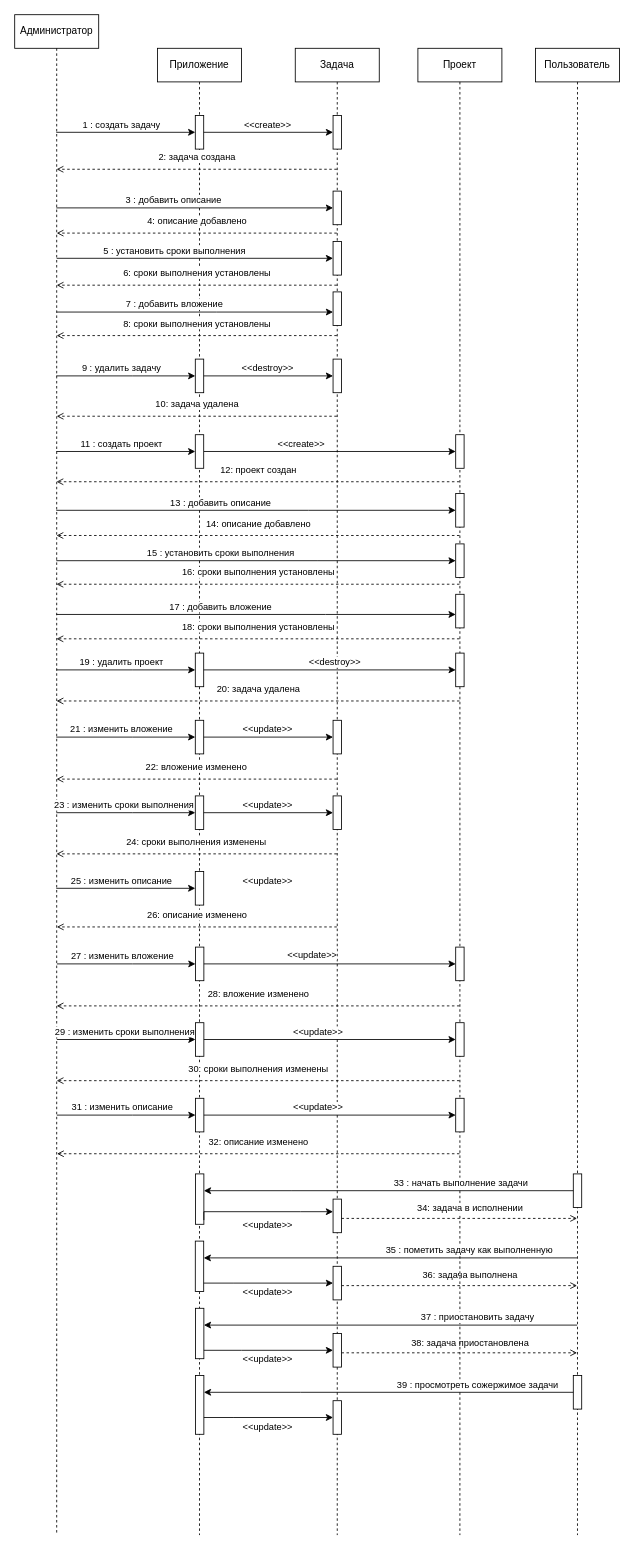
The draw.io diagram диаграммаПоследовательностиКурс.drawio in hard-gainer/UML, before the edit. Source tidied: cells renumbered, new cells numbered last; positions are measured from the earlier drawing's top-left corner, leaving out a move shared by most shapes. Both pictures are drawn from the tidied source at 84%, with x=0, y=0 at pixel (14, 14).
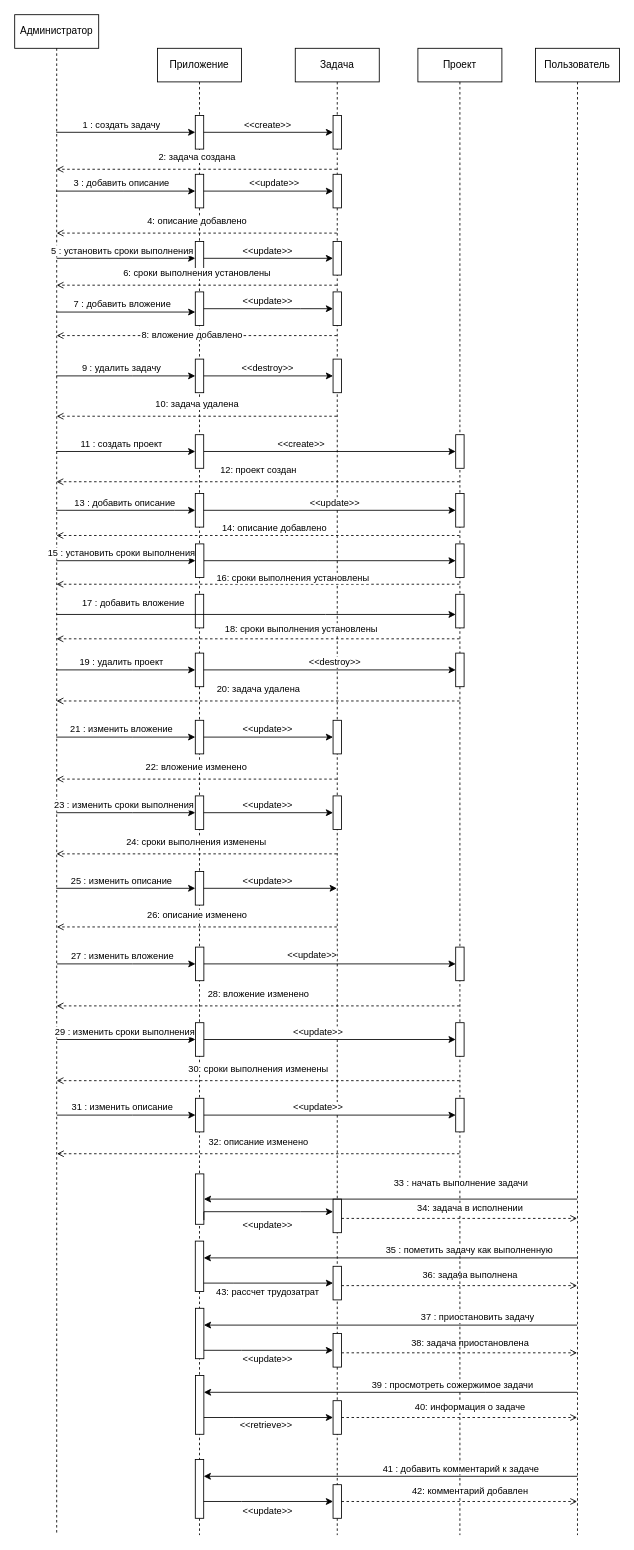
The same page after the edit.

The change refers to these unchanged cells:
```xml
<mxCell id="2" value="Администратор" style="shape=umlLifeline;perimeter=lifelinePerimeter;whiteSpace=wrap;html=1;outlineConnect=0;portConstraint=eastwest;newEdgeStyle={&quot;edgeStyle&quot;:&quot;elbowEdgeStyle&quot;,&quot;elbow&quot;:&quot;vertical&quot;,&quot;curved&quot;:0,&quot;rounded&quot;:0};" parent="1" vertex="1">
  <mxGeometry width="100" height="1810" as="geometry" />
</mxCell>
<mxCell id="3" value="Пользователь" style="shape=umlLifeline;perimeter=lifelinePerimeter;whiteSpace=wrap;html=1;outlineConnect=0;portConstraint=eastwest;newEdgeStyle={&quot;edgeStyle&quot;:&quot;elbowEdgeStyle&quot;,&quot;elbow&quot;:&quot;vertical&quot;,&quot;curved&quot;:0,&quot;rounded&quot;:0};" parent="1" vertex="1">
  <mxGeometry x="620" y="40" width="100" height="1770" as="geometry" />
</mxCell>
<mxCell id="6" value="Приложение" style="shape=umlLifeline;perimeter=lifelinePerimeter;whiteSpace=wrap;html=1;newEdgeStyle={&quot;edgeStyle&quot;:&quot;elbowEdgeStyle&quot;,&quot;elbow&quot;:&quot;vertical&quot;,&quot;curved&quot;:0,&quot;rounded&quot;:0};" parent="1" vertex="1">
  <mxGeometry x="170" y="40" width="100" height="1770" as="geometry" />
</mxCell>
<mxCell id="12" style="html=1;points=[[0,0,0,0,5],[0,1,0,0,-5],[1,0,0,0,5],[1,1,0,0,-5]];perimeter=orthogonalPerimeter;outlineConnect=0;targetShapes=umlLifeline;portConstraint=eastwest;newEdgeStyle={&quot;curved&quot;:0,&quot;rounded&quot;:0};" parent="6" vertex="1">
  <mxGeometry x="45" y="980" width="10" height="40" as="geometry" />
</mxCell>
<mxCell id="25" style="html=1;points=[[0,0,0,0,5],[0,1,0,0,-5],[1,0,0,0,5],[1,1,0,0,-5]];perimeter=orthogonalPerimeter;outlineConnect=0;targetShapes=umlLifeline;portConstraint=eastwest;newEdgeStyle={&quot;curved&quot;:0,&quot;rounded&quot;:0};" parent="6" vertex="1">
  <mxGeometry x="45.2" y="1340" width="10" height="60" as="geometry" />
</mxCell>
<mxCell id="28" style="html=1;points=[[0,0,0,0,5],[0,1,0,0,-5],[1,0,0,0,5],[1,1,0,0,-5]];perimeter=orthogonalPerimeter;outlineConnect=0;targetShapes=umlLifeline;portConstraint=eastwest;newEdgeStyle={&quot;curved&quot;:0,&quot;rounded&quot;:0};" parent="6" vertex="1">
  <mxGeometry x="45.2" y="1580" width="10" height="70" as="geometry" />
</mxCell>
<mxCell id="31" value="Задача" style="shape=umlLifeline;perimeter=lifelinePerimeter;whiteSpace=wrap;html=1;outlineConnect=0;portConstraint=eastwest;newEdgeStyle={&quot;edgeStyle&quot;:&quot;elbowEdgeStyle&quot;,&quot;elbow&quot;:&quot;vertical&quot;,&quot;curved&quot;:0,&quot;rounded&quot;:0};" parent="1" vertex="1">
  <mxGeometry x="334" y="40" width="100" height="1770" as="geometry" />
</mxCell>
<mxCell id="36" style="html=1;points=[[0,0,0,0,5],[0,1,0,0,-5],[1,0,0,0,5],[1,1,0,0,-5]];perimeter=orthogonalPerimeter;outlineConnect=0;targetShapes=umlLifeline;portConstraint=eastwest;newEdgeStyle={&quot;curved&quot;:0,&quot;rounded&quot;:0};" parent="31" vertex="1">
  <mxGeometry x="45" y="230" width="10" height="40" as="geometry" />
</mxCell>
<mxCell id="37" style="html=1;points=[[0,0,0,0,5],[0,1,0,0,-5],[1,0,0,0,5],[1,1,0,0,-5]];perimeter=orthogonalPerimeter;outlineConnect=0;targetShapes=umlLifeline;portConstraint=eastwest;newEdgeStyle={&quot;curved&quot;:0,&quot;rounded&quot;:0};" parent="31" vertex="1">
  <mxGeometry x="45" y="290" width="10" height="40" as="geometry" />
</mxCell>
<mxCell id="47" style="html=1;points=[[0,0,0,0,5],[0,1,0,0,-5],[1,0,0,0,5],[1,1,0,0,-5]];perimeter=orthogonalPerimeter;outlineConnect=0;targetShapes=umlLifeline;portConstraint=eastwest;newEdgeStyle={&quot;curved&quot;:0,&quot;rounded&quot;:0};" parent="31" vertex="1">
  <mxGeometry x="45" y="1610" width="10" height="40" as="geometry" />
</mxCell>
<mxCell id="67" style="html=1;points=[[0,0,0,0,5],[0,1,0,0,-5],[1,0,0,0,5],[1,1,0,0,-5]];perimeter=orthogonalPerimeter;outlineConnect=0;targetShapes=umlLifeline;portConstraint=eastwest;newEdgeStyle={&quot;curved&quot;:0,&quot;rounded&quot;:0};" parent="65" vertex="1">
  <mxGeometry x="45" y="530" width="10" height="40" as="geometry" />
</mxCell>
<mxCell id="68" style="html=1;points=[[0,0,0,0,5],[0,1,0,0,-5],[1,0,0,0,5],[1,1,0,0,-5]];perimeter=orthogonalPerimeter;outlineConnect=0;targetShapes=umlLifeline;portConstraint=eastwest;newEdgeStyle={&quot;curved&quot;:0,&quot;rounded&quot;:0};" parent="65" vertex="1">
  <mxGeometry x="45" y="590" width="10" height="40" as="geometry" />
</mxCell>
<mxCell id="80" style="edgeStyle=elbowEdgeStyle;rounded=0;jettySize=auto;html=1;elbow=vertical;curved=0;" parent="1" edge="1" source="2" target="69">
  <mxGeometry relative="1" as="geometry">
    <Array as="points">
      <mxPoint x="370" y="714" />
    </Array>
  </mxGeometry>
</mxCell>
```

The edit, as a diff of the source:
```diff
@@
-    <mxCell id="4" style="html=1;points=[[0,0,0,0,5],[0,1,0,0,-5],[1,0,0,0,5],[1,1,0,0,-5]];perimeter=orthogonalPerimeter;outlineConnect=0;targetShapes=umlLifeline;portConstraint=eastwest;newEdgeStyle={&quot;curved&quot;:0,&quot;rounded&quot;:0};" parent="3" vertex="1">
-      <mxGeometry x="45" y="1340" width="10" height="40" as="geometry" />
-    </mxCell>
-    <mxCell id="5" style="html=1;points=[[0,0,0,0,5],[0,1,0,0,-5],[1,0,0,0,5],[1,1,0,0,-5]];perimeter=orthogonalPerimeter;outlineConnect=0;targetShapes=umlLifeline;portConstraint=eastwest;newEdgeStyle={&quot;curved&quot;:0,&quot;rounded&quot;:0};" parent="3" vertex="1">
-      <mxGeometry x="45" y="1580" width="10" height="40" as="geometry" />
-    </mxCell>
@@
+    <mxCell id="128" style="html=1;points=[[0,0,0,0,5],[0,1,0,0,-5],[1,0,0,0,5],[1,1,0,0,-5]];perimeter=orthogonalPerimeter;outlineConnect=0;targetShapes=umlLifeline;portConstraint=eastwest;newEdgeStyle={&quot;curved&quot;:0,&quot;rounded&quot;:0};" parent="6" vertex="1">
+      <mxGeometry x="45" y="150" width="10" height="40" as="geometry" />
+    </mxCell>
+    <mxCell id="129" style="html=1;points=[[0,0,0,0,5],[0,1,0,0,-5],[1,0,0,0,5],[1,1,0,0,-5]];perimeter=orthogonalPerimeter;outlineConnect=0;targetShapes=umlLifeline;portConstraint=eastwest;newEdgeStyle={&quot;curved&quot;:0,&quot;rounded&quot;:0};" parent="6" vertex="1">
+      <mxGeometry x="45" y="530" width="10" height="40" as="geometry" />
+    </mxCell>
+    <mxCell id="130" style="html=1;perimeter=orthogonalPerimeter;targetShapes=umlLifeline;newEdgeStyle={&quot;curved&quot;:0,&quot;rounded&quot;:0};" parent="6" vertex="1">
+      <mxGeometry x="45" y="650" width="10" height="40" as="geometry" />
+    </mxCell>
+    <mxCell id="131" style="html=1;points=[[0,0,0,0,5],[0,1,0,0,-5],[1,0,0,0,5],[1,1,0,0,-5]];perimeter=orthogonalPerimeter;outlineConnect=0;targetShapes=umlLifeline;portConstraint=eastwest;newEdgeStyle={&quot;curved&quot;:0,&quot;rounded&quot;:0};" parent="6" vertex="1">
+      <mxGeometry x="45" y="230" width="10" height="40" as="geometry" />
+    </mxCell>
+    <mxCell id="132" style="html=1;points=[[0,0,0,0,5],[0,1,0,0,-5],[1,0,0,0,5],[1,1,0,0,-5]];perimeter=orthogonalPerimeter;outlineConnect=0;targetShapes=umlLifeline;portConstraint=eastwest;newEdgeStyle={&quot;curved&quot;:0,&quot;rounded&quot;:0};" parent="6" vertex="1">
+      <mxGeometry x="45" y="290" width="10" height="40" as="geometry" />
+    </mxCell>
@@
     <mxCell id="35" style="html=1;points=[[0,0,0,0,5],[0,1,0,0,-5],[1,0,0,0,5],[1,1,0,0,-5]];perimeter=orthogonalPerimeter;outlineConnect=0;targetShapes=umlLifeline;portConstraint=eastwest;newEdgeStyle={&quot;curved&quot;:0,&quot;rounded&quot;:0};" parent="31" vertex="1">
-      <mxGeometry x="45" y="170" width="10" height="40" as="geometry" />
+      <mxGeometry x="45" y="150" width="10" height="40" as="geometry" />
     </mxCell>
@@
-    <mxCell id="44" value="&amp;lt;&amp;lt;update&amp;gt;&amp;gt;" style="edgeLabel;html=1;align=center;verticalAlign=middle;" parent="31" vertex="1">
+    <mxCell id="44" value="43: рассчет трудозатрат" style="edgeLabel;html=1;align=center;verticalAlign=middle;" parent="31" vertex="1">
       <mxGeometry x="-34" y="1480" as="geometry" />
     </mxCell>
@@
-    <mxCell id="48" value="&amp;lt;&amp;lt;update&amp;gt;&amp;gt;" style="edgeLabel;html=1;align=center;verticalAlign=middle;" parent="31" vertex="1">
-      <mxGeometry x="-34" y="1640" as="geometry" />
-    </mxCell>
+    <mxCell id="133" style="html=1;points=[[0,0,0,0,5],[0,1,0,0,-5],[1,0,0,0,5],[1,1,0,0,-5]];perimeter=orthogonalPerimeter;outlineConnect=0;targetShapes=umlLifeline;portConstraint=eastwest;newEdgeStyle={&quot;curved&quot;:0,&quot;rounded&quot;:0};" parent="31" vertex="1">
+      <mxGeometry x="45" y="1710" width="10" height="40" as="geometry" />
+    </mxCell>
@@
-    <mxCell id="52" style="edgeStyle=elbowEdgeStyle;rounded=0;jettySize=auto;html=1;elbow=vertical;curved=0;" parent="1" edge="1" source="2" target="35">
+    <mxCell id="52" style="edgeStyle=elbowEdgeStyle;rounded=0;jettySize=auto;html=1;elbow=vertical;curved=0;" parent="1" edge="1" source="2" target="128">
       <mxGeometry relative="1" as="geometry">
         <Array as="points">
-          <mxPoint x="220" y="230" />
+          <mxPoint x="130" y="210" />
         </Array>
       </mxGeometry>
     </mxCell>
@@
-    <mxCell id="54" style="edgeStyle=elbowEdgeStyle;rounded=0;jettySize=auto;html=1;elbow=vertical;curved=0;" parent="1" edge="1" target="36">
+    <mxCell id="54" style="edgeStyle=elbowEdgeStyle;rounded=0;jettySize=auto;html=1;elbow=vertical;curved=0;" parent="1" edge="1" target="131">
       <mxGeometry relative="1" as="geometry">
         <mxPoint x="50" y="290" as="sourcePoint" />
-        <Array as="points">
-          <mxPoint x="230" y="290" />
-        </Array>
       </mxGeometry>
     </mxCell>
@@
-    <mxCell id="56" style="edgeStyle=elbowEdgeStyle;rounded=0;jettySize=auto;html=1;elbow=vertical;curved=0;" parent="1" edge="1" target="37">
+    <mxCell id="56" style="edgeStyle=elbowEdgeStyle;rounded=0;jettySize=auto;html=1;elbow=vertical;curved=0;" parent="1" edge="1" target="132">
       <mxGeometry relative="1" as="geometry">
         <mxPoint x="50" y="354" as="sourcePoint" />
-        <Array as="points">
-          <mxPoint x="240" y="354" />
-        </Array>
       </mxGeometry>
     </mxCell>
@@
-    <mxCell id="60" value="8: сроки выполнения установлены" style="html=1;verticalAlign=bottom;labelBackgroundColor=default;endArrow=open;endFill=0;dashed=1;rounded=0;" parent="1" edge="1">
-      <mxGeometry y="-5" relative="1" as="geometry">
+    <mxCell id="60" value="8: вложение добавлено" style="html=1;verticalAlign=bottom;labelBackgroundColor=default;endArrow=open;endFill=0;dashed=1;rounded=0;" parent="1" edge="1">
+      <mxGeometry x="0.04" y="8" relative="1" as="geometry">
         <mxPoint x="383.5" y="382" as="sourcePoint" />
         <mxPoint x="50" y="382" as="targetPoint" />
       </mxGeometry>
     </mxCell>
@@
-    <mxCell id="76" style="edgeStyle=elbowEdgeStyle;rounded=0;jettySize=auto;html=1;elbow=vertical;curved=0;" parent="1" edge="1" source="2" target="67">
+    <mxCell id="76" style="edgeStyle=elbowEdgeStyle;rounded=0;jettySize=auto;html=1;elbow=vertical;curved=0;" parent="1" edge="1" source="2" target="129">
       <mxGeometry relative="1" as="geometry">
         <Array as="points">
-          <mxPoint x="350" y="590" />
+          <mxPoint x="190" y="590" />
         </Array>
       </mxGeometry>
     </mxCell>
     <mxCell id="77" value="13 : добавить описание" style="edgeLabel;html=1;align=center;verticalAlign=middle;" parent="76" vertex="1">
       <mxGeometry x="-0.24" y="1" relative="1" as="geometry">
-        <mxPoint x="14" y="-9" as="offset" />
+        <mxPoint x="18" y="-9" as="offset" />
       </mxGeometry>
     </mxCell>
-    <mxCell id="78" style="edgeStyle=elbowEdgeStyle;rounded=0;jettySize=auto;html=1;elbow=vertical;curved=0;" parent="1" edge="1" source="2" target="68">
+    <mxCell id="78" style="edgeStyle=elbowEdgeStyle;rounded=0;jettySize=auto;html=1;elbow=vertical;curved=0;" parent="1" edge="1" source="147" target="68">
       <mxGeometry relative="1" as="geometry">
         <Array as="points">
           <mxPoint x="360" y="650" />
         </Array>
       </mxGeometry>
     </mxCell>
-    <mxCell id="79" value="15 : установить сроки выполнения" style="edgeLabel;html=1;align=center;verticalAlign=middle;" parent="78" vertex="1">
-      <mxGeometry x="-0.24" y="1" relative="1" as="geometry">
-        <mxPoint x="14" y="-9" as="offset" />
-      </mxGeometry>
-    </mxCell>
@@
     <mxCell id="81" value="17 : добавить вложение" style="edgeLabel;html=1;align=center;verticalAlign=middle;" parent="80" vertex="1">
       <mxGeometry x="-0.24" y="1" relative="1" as="geometry">
-        <mxPoint x="14" y="-9" as="offset" />
+        <mxPoint x="-90" y="-13" as="offset" />
       </mxGeometry>
     </mxCell>
     <mxCell id="82" value="14: описание добавлено" style="html=1;verticalAlign=bottom;labelBackgroundColor=default;endArrow=open;endFill=0;dashed=1;rounded=0;" parent="1" edge="1">
-      <mxGeometry y="-5" relative="1" as="geometry">
+      <mxGeometry x="-0.08" relative="1" as="geometry">
         <mxPoint x="529.5" y="620" as="sourcePoint" />
         <mxPoint x="49.8" y="620" as="targetPoint" />
       </mxGeometry>
     </mxCell>
     <mxCell id="83" value="16: сроки выполнения установлены" style="html=1;verticalAlign=bottom;labelBackgroundColor=default;endArrow=open;endFill=0;dashed=1;rounded=0;" parent="1" edge="1">
-      <mxGeometry y="-5" relative="1" as="geometry">
+      <mxGeometry x="-0.17" y="2" relative="1" as="geometry">
         <mxPoint x="529.5" y="678" as="sourcePoint" />
         <mxPoint x="49.8" y="678" as="targetPoint" />
       </mxGeometry>
     </mxCell>
     <mxCell id="84" value="18: сроки выполнения установлены" style="html=1;verticalAlign=bottom;labelBackgroundColor=default;endArrow=open;endFill=0;dashed=1;rounded=0;" parent="1" edge="1">
-      <mxGeometry y="-5" relative="1" as="geometry">
+      <mxGeometry x="-0.21" y="-3" relative="1" as="geometry">
         <mxPoint x="529.5" y="743" as="sourcePoint" />
         <mxPoint x="49.8" y="743" as="targetPoint" />
       </mxGeometry>
     </mxCell>
@@
-    <mxCell id="114" style="edgeStyle=orthogonalEdgeStyle;rounded=0;jettySize=auto;html=1;curved=0;" parent="1" edge="1" source="4" target="25">
+    <mxCell id="114" style="edgeStyle=orthogonalEdgeStyle;rounded=0;jettySize=auto;html=1;curved=0;" parent="1" edge="1" source="3" target="25">
       <mxGeometry relative="1" as="geometry">
         <Array as="points">
-          <mxPoint x="330" y="1400" />
-          <mxPoint x="330" y="1400" />
+          <mxPoint x="530" y="1410" />
+          <mxPoint x="530" y="1410" />
         </Array>
       </mxGeometry>
     </mxCell>
@@
-    <mxCell id="121" style="edgeStyle=orthogonalEdgeStyle;rounded=0;jettySize=auto;html=1;curved=0;" parent="1" edge="1" source="5" target="28">
+    <mxCell id="121" style="edgeStyle=orthogonalEdgeStyle;rounded=0;jettySize=auto;html=1;curved=0;" parent="1" edge="1" source="3" target="28">
       <mxGeometry relative="1" as="geometry">
         <Array as="points">
-          <mxPoint x="340" y="1640" />
-          <mxPoint x="340" y="1640" />
+          <mxPoint x="560" y="1640" />
+          <mxPoint x="560" y="1640" />
         </Array>
       </mxGeometry>
     </mxCell>
     <mxCell id="122" value="39 : просмотреть сожержимое задачи" style="edgeLabel;html=1;align=center;verticalAlign=middle;" parent="1" vertex="1">
-      <mxGeometry x="550" y="1630" as="geometry" />
+      <mxGeometry x="520" y="1630" as="geometry" />
     </mxCell>
@@
+    <mxCell id="134" style="html=1;points=[[0,0,0,0,5],[0,1,0,0,-5],[1,0,0,0,5],[1,1,0,0,-5]];perimeter=orthogonalPerimeter;outlineConnect=0;targetShapes=umlLifeline;portConstraint=eastwest;newEdgeStyle={&quot;curved&quot;:0,&quot;rounded&quot;:0};" parent="1" vertex="1">
+      <mxGeometry x="215" y="1720" width="10" height="70" as="geometry" />
+    </mxCell>
+    <mxCell id="135" style="edgeStyle=orthogonalEdgeStyle;rounded=0;jettySize=auto;html=1;curved=0;" parent="1" edge="1" target="134">
+      <mxGeometry relative="1" as="geometry">
+        <mxPoint x="669.8" y="1740" as="sourcePoint" />
+        <Array as="points">
+          <mxPoint x="559.8" y="1740" />
+          <mxPoint x="559.8" y="1740" />
+        </Array>
+      </mxGeometry>
+    </mxCell>
+    <mxCell id="136" style="edgeStyle=orthogonalEdgeStyle;rounded=0;jettySize=auto;html=1;curved=0;" parent="1" edge="1" source="134" target="133">
+      <mxGeometry relative="1" as="geometry">
+        <Array as="points">
+          <mxPoint x="270" y="1770" />
+          <mxPoint x="270" y="1770" />
+        </Array>
+      </mxGeometry>
+    </mxCell>
+    <mxCell id="137" value="&amp;lt;&amp;lt;update&amp;gt;&amp;gt;" style="edgeLabel;html=1;align=center;verticalAlign=middle;" parent="1" vertex="1">
+      <mxGeometry x="300" y="1780" as="geometry" />
+    </mxCell>
+    <mxCell id="48" value="&amp;lt;&amp;lt;retrieve&amp;gt;&amp;gt;" style="edgeLabel;html=1;align=center;verticalAlign=middle;" parent="1" vertex="1">
+      <mxGeometry x="300" y="1680" as="geometry">
+        <mxPoint x="-2" y="-2" as="offset" />
+      </mxGeometry>
+    </mxCell>
+    <mxCell id="138" value="40: информация о задаче" style="html=1;verticalAlign=bottom;labelBackgroundColor=default;endArrow=open;endFill=0;dashed=1;rounded=0;" parent="1" edge="1" source="47" target="3">
+      <mxGeometry x="0.09" y="3" relative="1" as="geometry" />
+    </mxCell>
+    <mxCell id="139" value="41 : добавить комментарий к задаче" style="edgeLabel;html=1;align=center;verticalAlign=middle;" parent="1" vertex="1">
+      <mxGeometry x="530" y="1730" as="geometry" />
+    </mxCell>
+    <mxCell id="140" value="42: комментарий добавлен" style="html=1;verticalAlign=bottom;labelBackgroundColor=default;endArrow=open;endFill=0;dashed=1;rounded=0;" parent="1" edge="1" source="133" target="3">
+      <mxGeometry x="0.09" y="3" relative="1" as="geometry" />
+    </mxCell>
+    <mxCell id="141" style="edgeStyle=orthogonalEdgeStyle;rounded=0;jettySize=auto;html=1;curved=0;" parent="1" edge="1" source="128" target="35">
+      <mxGeometry relative="1" as="geometry" />
+    </mxCell>
+    <mxCell id="142" value="&amp;lt;&amp;lt;update&amp;gt;&amp;gt;" style="edgeLabel;html=1;align=center;verticalAlign=middle;" parent="1" vertex="1">
+      <mxGeometry x="308" y="200" as="geometry" />
+    </mxCell>
+    <mxCell id="143" style="edgeStyle=orthogonalEdgeStyle;rounded=0;jettySize=auto;html=1;curved=0;" parent="1" edge="1" source="12" target="31">
+      <mxGeometry relative="1" as="geometry">
+        <Array as="points">
+          <mxPoint x="340" y="1040" />
+          <mxPoint x="340" y="1040" />
+        </Array>
+      </mxGeometry>
+    </mxCell>
+    <mxCell id="144" style="edgeStyle=orthogonalEdgeStyle;rounded=0;jettySize=auto;html=1;curved=0;" parent="1" edge="1" source="129" target="67">
+      <mxGeometry relative="1" as="geometry" />
+    </mxCell>
+    <mxCell id="145" value="&amp;lt;&amp;lt;update&amp;gt;&amp;gt;" style="edgeLabel;html=1;align=center;verticalAlign=middle;" parent="1" vertex="1">
+      <mxGeometry x="380" y="580" as="geometry" />
+    </mxCell>
+    <mxCell id="146" style="edgeStyle=elbowEdgeStyle;rounded=0;jettySize=auto;html=1;elbow=vertical;curved=0;" parent="1" edge="1" source="2" target="147">
+      <mxGeometry relative="1" as="geometry" />
+    </mxCell>
+    <mxCell id="79" value="15 : установить сроки выполнения" style="edgeLabel;html=1;align=center;verticalAlign=middle;" parent="146" vertex="1">
+      <mxGeometry x="-0.24" y="1" relative="1" as="geometry">
+        <mxPoint x="14" y="-9" as="offset" />
+      </mxGeometry>
+    </mxCell>
+    <mxCell id="147" style="html=1;points=[[0,0,0,0,5],[0,1,0,0,-5],[1,0,0,0,5],[1,1,0,0,-5]];perimeter=orthogonalPerimeter;outlineConnect=0;targetShapes=umlLifeline;portConstraint=eastwest;newEdgeStyle={&quot;curved&quot;:0,&quot;rounded&quot;:0};" parent="1" vertex="1">
+      <mxGeometry x="215.2" y="630" width="10" height="40" as="geometry" />
+    </mxCell>
+    <mxCell id="148" style="edgeStyle=orthogonalEdgeStyle;rounded=0;jettySize=auto;html=1;curved=0;" parent="1" edge="1" source="131" target="36">
+      <mxGeometry relative="1" as="geometry" />
+    </mxCell>
+    <mxCell id="149" value="&amp;lt;&amp;lt;update&amp;gt;&amp;gt;" style="edgeLabel;html=1;align=center;verticalAlign=middle;" parent="1" vertex="1">
+      <mxGeometry x="300" y="280" as="geometry" />
+    </mxCell>
+    <mxCell id="150" style="edgeStyle=orthogonalEdgeStyle;rounded=0;jettySize=auto;html=1;curved=0;" parent="1" edge="1" source="132" target="37">
+      <mxGeometry relative="1" as="geometry">
+        <Array as="points">
+          <mxPoint x="340" y="350" />
+          <mxPoint x="340" y="350" />
+        </Array>
+      </mxGeometry>
+    </mxCell>
+    <mxCell id="151" value="&amp;lt;&amp;lt;update&amp;gt;&amp;gt;" style="edgeLabel;html=1;align=center;verticalAlign=middle;" parent="1" vertex="1">
+      <mxGeometry x="300" y="340" as="geometry" />
+    </mxCell>
```
